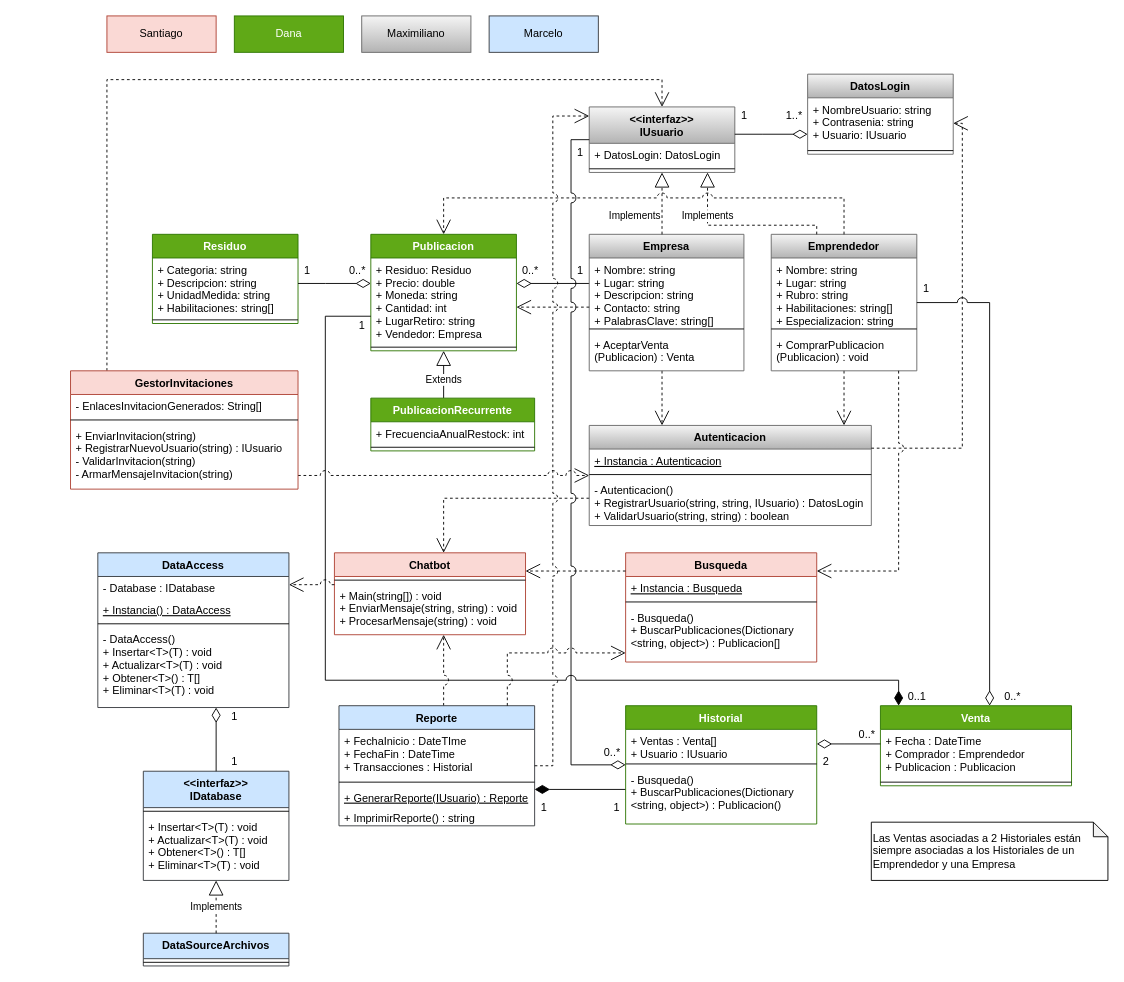
The draw.io diagram docs/Diagrama de clases.drawio in Team9-UCU-PII/PII_ProjectTelegramBot_Team9, before the edit. Source tidied: cells renumbered, new cells numbered last; positions are measured from the earlier drawing's top-left corner, leaving out a move shared by most shapes. Both pictures are drawn from the tidied source at 91%, with x=0, y=0 at pixel (70, 15).
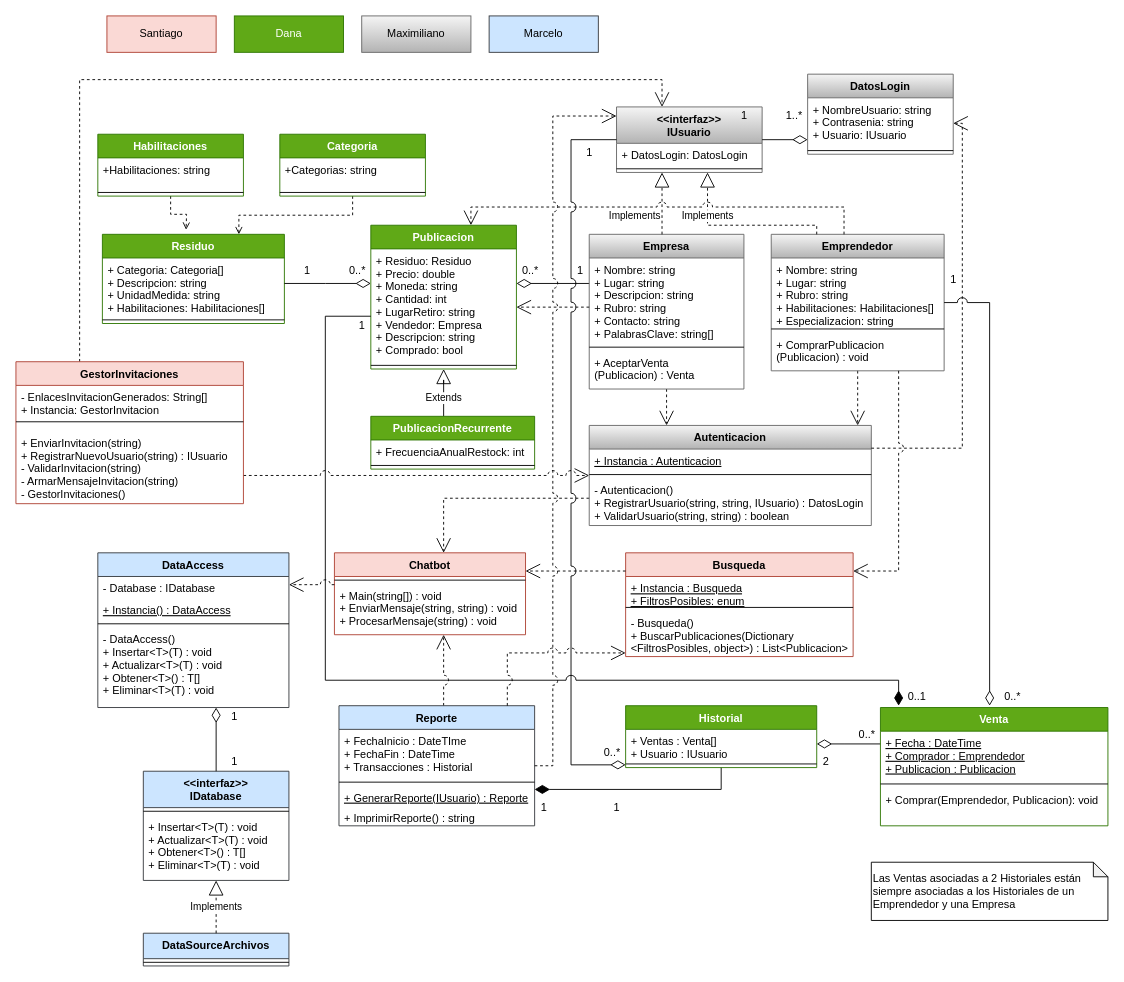
The same page after the edit.

Commit message:
Modificacion diagrama de clases segun las correcciones de la primer entrega

Change to the diagram source:
```diff
@@
     <mxCell id="2" value="Residuo" style="swimlane;fontStyle=1;align=center;verticalAlign=top;horizontal=1;startSize=26;hachureGap=4;fillColor=#60a917;strokeColor=#2D7600;fontColor=#ffffff;" parent="1" vertex="1">
-      <mxGeometry x="90" y="240" width="160" height="98" as="geometry" />
+      <mxGeometry x="35" y="240" width="200" height="98" as="geometry" />
     </mxCell>
-    <mxCell id="3" value="+ Categoria: string&#10;+ Descripcion: string&#10;+ UnidadMedida: string&#10;+ Habilitaciones: string[]" style="text;strokeColor=none;fillColor=none;align=left;verticalAlign=top;spacingLeft=4;spacingRight=4;overflow=hidden;" parent="2" vertex="1">
-      <mxGeometry y="26" width="160" height="64" as="geometry" />
+    <mxCell id="3" value="+ Categoria: Categoria[]&#10;+ Descripcion: string&#10;+ UnidadMedida: string&#10;+ Habilitaciones: Habilitaciones[]" style="text;strokeColor=none;fillColor=none;align=left;verticalAlign=top;spacingLeft=4;spacingRight=4;overflow=hidden;" parent="2" vertex="1">
+      <mxGeometry y="26" width="200" height="64" as="geometry" />
     </mxCell>
     <mxCell id="4" style="line;strokeWidth=1;fillColor=none;align=left;verticalAlign=middle;spacingTop=-1;spacingLeft=3;spacingRight=3;labelPosition=right;" parent="2" vertex="1">
-      <mxGeometry y="90" width="160" height="8" as="geometry" />
+      <mxGeometry y="90" width="200" height="8" as="geometry" />
     </mxCell>
@@
     <mxCell id="6" value="Publicacion" style="swimlane;fontStyle=1;align=center;verticalAlign=top;horizontal=1;startSize=26;hachureGap=4;fillColor=#60a917;strokeColor=#2D7600;fontColor=#ffffff;" parent="1" vertex="1">
-      <mxGeometry x="330" y="240" width="160" height="128" as="geometry" />
+      <mxGeometry x="330" y="230" width="160" height="158" as="geometry" />
     </mxCell>
-    <mxCell id="7" value="+ Residuo: Residuo&#10;+ Precio: double&#10;+ Moneda: string&#10;+ Cantidad: int&#10;+ LugarRetiro: string&#10;+ Vendedor: Empresa" style="text;strokeColor=none;fillColor=none;align=left;verticalAlign=top;spacingLeft=4;spacingRight=4;overflow=hidden;" parent="6" vertex="1">
-      <mxGeometry y="26" width="160" height="94" as="geometry" />
+    <mxCell id="7" value="+ Residuo: Residuo&#10;+ Precio: double&#10;+ Moneda: string&#10;+ Cantidad: int&#10;+ LugarRetiro: string&#10;+ Vendedor: Empresa&#10;+ Descripcion: string&#10;+ Comprado: bool" style="text;strokeColor=none;fillColor=none;align=left;verticalAlign=top;spacingLeft=4;spacingRight=4;overflow=hidden;" parent="6" vertex="1">
+      <mxGeometry y="26" width="160" height="124" as="geometry" />
     </mxCell>
     <mxCell id="8" style="line;strokeWidth=1;fillColor=none;align=left;verticalAlign=middle;spacingTop=-1;spacingLeft=3;spacingRight=3;labelPosition=right;" parent="6" vertex="1">
-      <mxGeometry y="120" width="160" height="8" as="geometry" />
+      <mxGeometry y="150" width="160" height="8" as="geometry" />
     </mxCell>
@@
     <mxCell id="10" value="PublicacionRecurrente" style="swimlane;fontStyle=1;align=center;verticalAlign=top;horizontal=1;startSize=26;hachureGap=4;fillColor=#60a917;strokeColor=#2D7600;fontColor=#ffffff;" parent="1" vertex="1">
-      <mxGeometry x="330" y="420" width="180" height="58" as="geometry" />
+      <mxGeometry x="330" y="440" width="180" height="58" as="geometry" />
     </mxCell>
@@
     <mxCell id="15" value="Empresa" style="swimlane;fontStyle=1;align=center;verticalAlign=top;horizontal=1;startSize=26;hachureGap=4;gradientColor=#b3b3b3;fillColor=#f5f5f5;strokeColor=#666666;" parent="1" vertex="1">
-      <mxGeometry x="570" y="240" width="170" height="150" as="geometry" />
+      <mxGeometry x="570" y="240" width="170" height="170" as="geometry" />
     </mxCell>
-    <mxCell id="16" value="+ Nombre: string&#10;+ Lugar: string&#10;+ Descripcion: string&#10;+ Contacto: string&#10;+ PalabrasClave: string[]" style="text;strokeColor=none;fillColor=none;align=left;verticalAlign=top;spacingLeft=4;spacingRight=4;overflow=hidden;" parent="15" vertex="1">
-      <mxGeometry y="26" width="170" height="74" as="geometry" />
+    <mxCell id="16" value="+ Nombre: string&#10;+ Lugar: string&#10;+ Descripcion: string&#10;+ Rubro: string&#10;+ Contacto: string&#10;+ PalabrasClave: string[]" style="text;strokeColor=none;fillColor=none;align=left;verticalAlign=top;spacingLeft=4;spacingRight=4;overflow=hidden;" parent="15" vertex="1">
+      <mxGeometry y="26" width="170" height="94" as="geometry" />
     </mxCell>
     <mxCell id="17" style="line;strokeWidth=1;fillColor=none;align=left;verticalAlign=middle;spacingTop=-1;spacingLeft=3;spacingRight=3;labelPosition=right;" parent="15" vertex="1">
-      <mxGeometry y="100" width="170" height="8" as="geometry" />
+      <mxGeometry y="120" width="170" height="8" as="geometry" />
     </mxCell>
     <mxCell id="18" value="+ AceptarVenta&#10;(Publicacion) : Venta" style="text;strokeColor=none;fillColor=none;align=left;verticalAlign=top;spacingLeft=4;spacingRight=4;overflow=hidden;" parent="15" vertex="1">
-      <mxGeometry y="108" width="170" height="42" as="geometry" />
+      <mxGeometry y="128" width="170" height="42" as="geometry" />
     </mxCell>
@@
     <mxCell id="29" value="Emprendedor" style="swimlane;fontStyle=1;align=center;verticalAlign=top;horizontal=1;startSize=26;hachureGap=4;gradientColor=#b3b3b3;fillColor=#f5f5f5;strokeColor=#666666;" parent="1" vertex="1">
-      <mxGeometry x="770" y="240" width="160" height="150" as="geometry" />
+      <mxGeometry x="770" y="240" width="190" height="150" as="geometry" />
     </mxCell>
-    <mxCell id="30" value="+ Nombre: string&#10;+ Lugar: string&#10;+ Rubro: string&#10;+ Habilitaciones: string[]&#10;+ Especializacion: string" style="text;strokeColor=none;fillColor=none;align=left;verticalAlign=top;spacingLeft=4;spacingRight=4;overflow=hidden;" parent="29" vertex="1">
-      <mxGeometry y="26" width="160" height="74" as="geometry" />
+    <mxCell id="30" value="+ Nombre: string&#10;+ Lugar: string&#10;+ Rubro: string&#10;+ Habilitaciones: Habilitaciones[]&#10;+ Especializacion: string" style="text;strokeColor=none;fillColor=none;align=left;verticalAlign=top;spacingLeft=4;spacingRight=4;overflow=hidden;" parent="29" vertex="1">
+      <mxGeometry y="26" width="190" height="74" as="geometry" />
     </mxCell>
     <mxCell id="31" style="line;strokeWidth=1;fillColor=none;align=left;verticalAlign=middle;spacingTop=-1;spacingLeft=3;spacingRight=3;labelPosition=right;" parent="29" vertex="1">
-      <mxGeometry y="100" width="160" height="8" as="geometry" />
+      <mxGeometry y="100" width="190" height="8" as="geometry" />
     </mxCell>
     <mxCell id="32" value="+ ComprarPublicacion&#10;(Publicacion) : void" style="text;strokeColor=none;fillColor=none;align=left;verticalAlign=top;spacingLeft=4;spacingRight=4;overflow=hidden;" parent="29" vertex="1">
-      <mxGeometry y="108" width="160" height="42" as="geometry" />
+      <mxGeometry y="108" width="190" height="42" as="geometry" />
     </mxCell>
     <mxCell id="33" value="&lt;&lt;interfaz&gt;&gt;&#10;IUsuario" style="swimlane;fontStyle=1;align=center;verticalAlign=top;horizontal=1;startSize=40;hachureGap=4;gradientColor=#b3b3b3;fillColor=#f5f5f5;strokeColor=#666666;" parent="1" vertex="1">
-      <mxGeometry x="570" y="100" width="160" height="72" as="geometry" />
+      <mxGeometry x="600" y="100" width="160" height="72" as="geometry" />
     </mxCell>
@@
     <mxCell id="48" value="Busqueda" style="swimlane;fontStyle=1;align=center;verticalAlign=top;horizontal=1;startSize=26;hachureGap=4;fillColor=#fad9d5;strokeColor=#ae4132;" parent="1" vertex="1">
-      <mxGeometry x="610" y="590" width="210" height="120" as="geometry" />
+      <mxGeometry x="610" y="590" width="250" height="114" as="geometry" />
     </mxCell>
-    <mxCell id="49" value="+ Instancia : Busqueda" style="text;strokeColor=none;fillColor=none;align=left;verticalAlign=top;spacingLeft=4;spacingRight=4;overflow=hidden;fontStyle=4;" parent="48" vertex="1">
-      <mxGeometry y="26" width="210" height="24" as="geometry" />
+    <mxCell id="49" value="+ Instancia : Busqueda&#10;+ FiltrosPosibles: enum" style="text;strokeColor=none;fillColor=none;align=left;verticalAlign=top;spacingLeft=4;spacingRight=4;overflow=hidden;fontStyle=4;" parent="48" vertex="1">
+      <mxGeometry y="26" width="250" height="30" as="geometry" />
     </mxCell>
     <mxCell id="50" style="line;strokeWidth=1;fillColor=none;align=left;verticalAlign=middle;spacingTop=-1;spacingLeft=3;spacingRight=3;labelPosition=right;" parent="48" vertex="1">
-      <mxGeometry y="50" width="210" height="8" as="geometry" />
+      <mxGeometry y="56" width="250" height="8" as="geometry" />
     </mxCell>
-    <mxCell id="51" value="- Busqueda()&#10;+ BuscarPublicaciones(Dictionary&#10;&lt;string, object&gt;) : Publicacion[]" style="text;strokeColor=none;fillColor=none;align=left;verticalAlign=top;spacingLeft=4;spacingRight=4;overflow=hidden;" parent="48" vertex="1">
-      <mxGeometry y="58" width="210" height="62" as="geometry" />
+    <mxCell id="51" value="- Busqueda()&#10;+ BuscarPublicaciones(Dictionary&#10;&lt;FiltrosPosibles, object&gt;) : List&lt;Publicacion&gt;" style="text;strokeColor=none;fillColor=none;align=left;verticalAlign=top;spacingLeft=4;spacingRight=4;overflow=hidden;" parent="48" vertex="1">
+      <mxGeometry y="64" width="250" height="50" as="geometry" />
     </mxCell>
@@
     <mxCell id="62" style="edgeStyle=orthogonalEdgeStyle;rounded=0;jumpStyle=arc;jumpSize=11;jettySize=auto;html=1;dashed=1;endArrow=open;endFill=0;startSize=14;endSize=14;sourcePerimeterSpacing=0;targetPerimeterSpacing=0;" parent="1" edge="1" source="29" target="6">
       <mxGeometry relative="1" as="geometry">
         <Array as="points">
-          <mxPoint x="850" y="200" />
-          <mxPoint x="410" y="200" />
+          <mxPoint x="850" y="210" />
+          <mxPoint x="440" y="210" />
         </Array>
       </mxGeometry>
     </mxCell>
@@
     <mxCell id="65" value="Historial" style="swimlane;fontStyle=1;align=center;verticalAlign=top;horizontal=1;startSize=26;hachureGap=4;fillColor=#60a917;strokeColor=#2D7600;fontColor=#ffffff;" parent="1" vertex="1">
-      <mxGeometry x="610" y="758" width="210" height="130" as="geometry" />
+      <mxGeometry x="610" y="758" width="210" height="68" as="geometry" />
     </mxCell>
@@
-    <mxCell id="68" value="- Busqueda()&#10;+ BuscarPublicaciones(Dictionary&#10;&lt;string, object&gt;) : Publicacion()" style="text;strokeColor=none;fillColor=none;align=left;verticalAlign=top;spacingLeft=4;spacingRight=4;overflow=hidden;" parent="65" vertex="1">
-      <mxGeometry y="68" width="210" height="62" as="geometry" />
-    </mxCell>
-    <mxCell id="69" value="Venta" style="swimlane;fontStyle=1;align=center;verticalAlign=top;horizontal=1;startSize=26;hachureGap=4;fillColor=#60a917;strokeColor=#2D7600;fontColor=#ffffff;" parent="1" vertex="1">
-      <mxGeometry x="890" y="758" width="210" height="88" as="geometry" />
-    </mxCell>
-    <mxCell id="70" value="+ Fecha : DateTime&#10;+ Comprador : Emprendedor&#10;+ Publicacion : Publicacion" style="text;strokeColor=none;fillColor=none;align=left;verticalAlign=top;spacingLeft=4;spacingRight=4;overflow=hidden;fontStyle=0;" parent="69" vertex="1">
-      <mxGeometry y="26" width="210" height="54" as="geometry" />
-    </mxCell>
-    <mxCell id="71" style="line;strokeWidth=1;fillColor=none;align=left;verticalAlign=middle;spacingTop=-1;spacingLeft=3;spacingRight=3;labelPosition=right;" parent="69" vertex="1">
-      <mxGeometry y="80" width="210" height="8" as="geometry" />
-    </mxCell>
@@
     <mxCell id="73" value="1" style="text;html=1;align=center;verticalAlign=middle;strokeColor=none;fillColor=none;" parent="1" vertex="1">
-      <mxGeometry x="930" y="290" width="20" height="20" as="geometry" />
+      <mxGeometry x="960" y="280" width="20" height="20" as="geometry" />
     </mxCell>
-    <mxCell id="74" style="edgeStyle=orthogonalEdgeStyle;rounded=0;jumpStyle=arc;jumpSize=11;jettySize=auto;html=1;endArrow=diamondThin;endFill=0;startSize=14;endSize=14;sourcePerimeterSpacing=0;targetPerimeterSpacing=0;" parent="1" edge="1" source="29" target="69">
+    <mxCell id="74" style="edgeStyle=orthogonalEdgeStyle;rounded=0;jumpStyle=arc;jumpSize=11;jettySize=auto;html=1;endArrow=diamondThin;endFill=0;startSize=14;endSize=14;sourcePerimeterSpacing=0;targetPerimeterSpacing=0;" parent="1" edge="1" source="29">
       <mxGeometry relative="1" as="geometry">
+        <mxPoint x="1010" y="758" as="targetPoint" />
         <Array as="points">
           <mxPoint x="1010" y="315" />
         </Array>
       </mxGeometry>
     </mxCell>
-    <mxCell id="75" style="edgeStyle=orthogonalEdgeStyle;rounded=0;jettySize=auto;html=1;endArrow=diamondThin;endFill=0;startSize=14;endSize=14;sourcePerimeterSpacing=0;targetPerimeterSpacing=0;" parent="1" edge="1" source="69" target="65">
+    <mxCell id="75" style="edgeStyle=orthogonalEdgeStyle;rounded=0;jettySize=auto;html=1;endArrow=diamondThin;endFill=0;startSize=14;endSize=14;sourcePerimeterSpacing=0;targetPerimeterSpacing=0;" parent="1" edge="1" target="65">
       <mxGeometry relative="1" as="geometry">
+        <mxPoint x="890" y="800" as="sourcePoint" />
         <Array as="points">
           <mxPoint x="850" y="800" />
           <mxPoint x="850" y="800" />
         </Array>
       </mxGeometry>
     </mxCell>
@@
-    <mxCell id="78" style="edgeStyle=orthogonalEdgeStyle;rounded=0;jumpStyle=arc;jumpSize=11;jettySize=auto;html=1;endArrow=diamondThin;endFill=1;startSize=14;endSize=14;sourcePerimeterSpacing=0;targetPerimeterSpacing=0;" parent="1" edge="1" source="6" target="69">
+    <mxCell id="78" style="edgeStyle=orthogonalEdgeStyle;rounded=0;jumpStyle=arc;jumpSize=11;jettySize=auto;html=1;endArrow=diamondThin;endFill=1;startSize=14;endSize=14;sourcePerimeterSpacing=0;targetPerimeterSpacing=0;" parent="1" edge="1" source="6">
       <mxGeometry relative="1" as="geometry">
+        <mxPoint x="910" y="758" as="targetPoint" />
         <Array as="points">
           <mxPoint x="280" y="330" />
           <mxPoint x="280" y="730" />
           <mxPoint x="910" y="730" />
         </Array>
       </mxGeometry>
     </mxCell>
@@
     <mxCell id="97" style="edgeStyle=orthogonalEdgeStyle;rounded=0;jumpStyle=arc;jumpSize=11;jettySize=auto;html=1;dashed=1;endArrow=open;endFill=0;startSize=14;endSize=14;sourcePerimeterSpacing=0;targetPerimeterSpacing=0;" parent="1" edge="1" source="98" target="33">
       <mxGeometry relative="1" as="geometry">
         <Array as="points">
-          <mxPoint x="40" y="70" />
+          <mxPoint x="10" y="70" />
           <mxPoint x="650" y="70" />
         </Array>
       </mxGeometry>
     </mxCell>
     <mxCell id="98" value="GestorInvitaciones" style="swimlane;fontStyle=1;align=center;verticalAlign=top;horizontal=1;startSize=26;hachureGap=4;fillColor=#fad9d5;strokeColor=#ae4132;" parent="1" vertex="1">
-      <mxGeometry y="390" width="250" height="130" as="geometry" />
+      <mxGeometry x="-60" y="380" width="250" height="156" as="geometry" />
     </mxCell>
-    <mxCell id="99" value="- EnlacesInvitacionGenerados: String[]" style="text;strokeColor=none;fillColor=none;align=left;verticalAlign=top;spacingLeft=4;spacingRight=4;overflow=hidden;" parent="98" vertex="1">
-      <mxGeometry y="26" width="250" height="24" as="geometry" />
+    <mxCell id="99" value="- EnlacesInvitacionGenerados: String[]&#10;+ Instancia: GestorInvitacion" style="text;strokeColor=none;fillColor=none;align=left;verticalAlign=top;spacingLeft=4;spacingRight=4;overflow=hidden;" parent="98" vertex="1">
+      <mxGeometry y="26" width="250" height="30" as="geometry" />
     </mxCell>
     <mxCell id="100" style="line;strokeWidth=1;fillColor=none;align=left;verticalAlign=middle;spacingTop=-1;spacingLeft=3;spacingRight=3;labelPosition=right;" parent="98" vertex="1">
-      <mxGeometry y="50" width="250" height="8" as="geometry" />
+      <mxGeometry y="56" width="250" height="20" as="geometry" />
     </mxCell>
-    <mxCell id="101" value="+ EnviarInvitacion(string)&#10;+ RegistrarNuevoUsuario(string) : IUsuario&#10;- ValidarInvitacion(string)&#10;- ArmarMensajeInvitacion(string)" style="text;strokeColor=none;fillColor=none;align=left;verticalAlign=top;spacingLeft=4;spacingRight=4;overflow=hidden;" parent="98" vertex="1">
-      <mxGeometry y="58" width="250" height="72" as="geometry" />
+    <mxCell id="101" value="+ EnviarInvitacion(string)&#10;+ RegistrarNuevoUsuario(string) : IUsuario&#10;- ValidarInvitacion(string)&#10;- ArmarMensajeInvitacion(string)&#10;- GestorInvitaciones()" style="text;strokeColor=none;fillColor=none;align=left;verticalAlign=top;spacingLeft=4;spacingRight=4;overflow=hidden;" parent="98" vertex="1">
+      <mxGeometry y="76" width="250" height="80" as="geometry" />
     </mxCell>
@@
     <mxCell id="103" value="1" style="text;html=1;align=center;verticalAlign=middle;strokeColor=none;fillColor=none;" parent="1" vertex="1">
-      <mxGeometry x="550" y="140" width="20" height="20" as="geometry" />
+      <mxGeometry x="560" y="140" width="20" height="20" as="geometry" />
     </mxCell>
@@
     <mxCell id="107" value="&lt;span style=&quot;&quot;&gt;Las Ventas asociadas a 2 Historiales están&lt;/span&gt;&lt;br style=&quot;&quot;&gt;&lt;span style=&quot;&quot;&gt;siempre asociadas a los Historiales de un&lt;/span&gt;&lt;br style=&quot;&quot;&gt;&lt;span style=&quot;&quot;&gt;Emprendedor y una Empresa&lt;/span&gt;" style="shape=note;whiteSpace=wrap;html=1;backgroundOutline=1;darkOpacity=0.05;size=16;align=left;" parent="1" vertex="1">
-      <mxGeometry x="880" y="886" width="260" height="64" as="geometry" />
+      <mxGeometry x="880" y="930" width="260" height="64" as="geometry" />
     </mxCell>
@@
+    <mxCell id="113" style="edgeStyle=orthogonalEdgeStyle;rounded=0;jettySize=auto;html=1;exitX=0.5;exitY=1;exitDx=0;exitDy=0;dashed=1;endArrow=open;endFill=0;" parent="1" edge="1" source="114">
+      <mxGeometry relative="1" as="geometry">
+        <mxPoint x="127" y="235" as="targetPoint" />
+      </mxGeometry>
+    </mxCell>
+    <mxCell id="114" value="Habilitaciones" style="swimlane;fontStyle=1;align=center;verticalAlign=top;horizontal=1;startSize=26;hachureGap=4;fillColor=#60a917;strokeColor=#2D7600;fontColor=#ffffff;" parent="1" vertex="1">
+      <mxGeometry x="30" y="130" width="160" height="68" as="geometry" />
+    </mxCell>
+    <mxCell id="115" value="+Habilitaciones: string" style="text;strokeColor=none;fillColor=none;align=left;verticalAlign=top;spacingLeft=4;spacingRight=4;overflow=hidden;" parent="114" vertex="1">
+      <mxGeometry y="26" width="160" height="34" as="geometry" />
+    </mxCell>
+    <mxCell id="116" style="line;strokeWidth=1;fillColor=none;align=left;verticalAlign=middle;spacingTop=-1;spacingLeft=3;spacingRight=3;labelPosition=right;" parent="114" vertex="1">
+      <mxGeometry y="60" width="160" height="8" as="geometry" />
+    </mxCell>
+    <mxCell id="117" style="edgeStyle=orthogonalEdgeStyle;rounded=0;jettySize=auto;html=1;exitX=0.5;exitY=1;exitDx=0;exitDy=0;entryX=0.75;entryY=0;entryDx=0;entryDy=0;dashed=1;endArrow=open;endFill=0;" parent="1" edge="1" source="118" target="2">
+      <mxGeometry relative="1" as="geometry" />
+    </mxCell>
+    <mxCell id="118" value="Categoria" style="swimlane;fontStyle=1;align=center;verticalAlign=top;horizontal=1;startSize=26;hachureGap=4;fillColor=#60a917;strokeColor=#2D7600;fontColor=#ffffff;" parent="1" vertex="1">
+      <mxGeometry x="230" y="130" width="160" height="68" as="geometry" />
+    </mxCell>
+    <mxCell id="119" value="+Categorias: string" style="text;strokeColor=none;fillColor=none;align=left;verticalAlign=top;spacingLeft=4;spacingRight=4;overflow=hidden;" parent="118" vertex="1">
+      <mxGeometry y="26" width="160" height="34" as="geometry" />
+    </mxCell>
+    <mxCell id="120" style="line;strokeWidth=1;fillColor=none;align=left;verticalAlign=middle;spacingTop=-1;spacingLeft=3;spacingRight=3;labelPosition=right;" parent="118" vertex="1">
+      <mxGeometry y="60" width="160" height="8" as="geometry" />
+    </mxCell>
+    <mxCell id="69" value="Venta" style="swimlane;fontStyle=1;align=center;verticalAlign=top;horizontal=1;startSize=26;hachureGap=4;fillColor=#60a917;strokeColor=#2D7600;fontColor=#ffffff;" parent="1" vertex="1">
+      <mxGeometry x="890" y="760" width="250" height="130" as="geometry" />
+    </mxCell>
+    <mxCell id="70" value="+ Fecha : DateTime&#10;+ Comprador : Emprendedor&#10;+ Publicacion : Publicacion" style="text;strokeColor=none;fillColor=none;align=left;verticalAlign=top;spacingLeft=4;spacingRight=4;overflow=hidden;fontStyle=4;" parent="69" vertex="1">
+      <mxGeometry y="26" width="250" height="54" as="geometry" />
+    </mxCell>
+    <mxCell id="121" style="line;strokeWidth=1;fillColor=none;align=left;verticalAlign=middle;spacingTop=-1;spacingLeft=3;spacingRight=3;labelPosition=right;" parent="69" vertex="1">
+      <mxGeometry y="80" width="250" height="8" as="geometry" />
+    </mxCell>
+    <mxCell id="122" value="+ Comprar(Emprendedor, Publicacion): void" style="text;strokeColor=none;fillColor=none;align=left;verticalAlign=top;spacingLeft=4;spacingRight=4;overflow=hidden;" parent="69" vertex="1">
+      <mxGeometry y="88" width="250" height="42" as="geometry" />
+    </mxCell>
```
